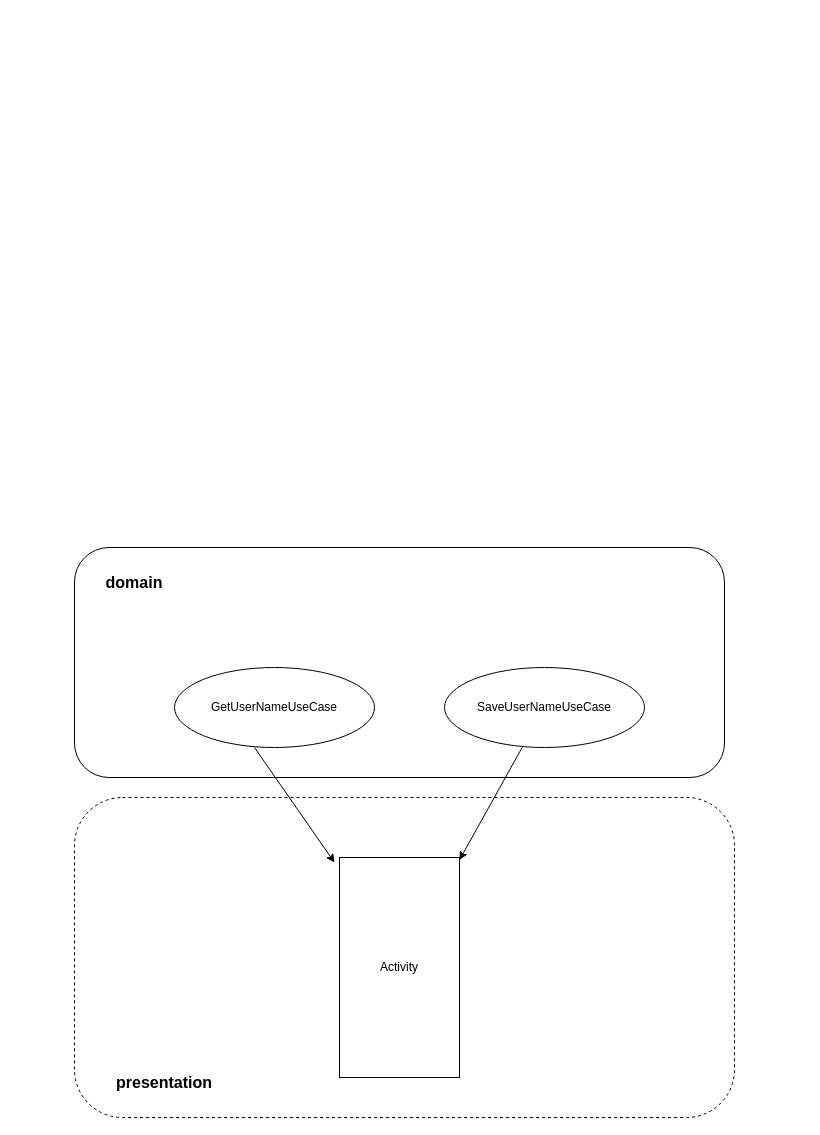
Before: clen architecture diagram.drawio in SAndreyV1683/Clean-architecture-sample, a draw.io diagram. Source tidied: cells renumbered, new cells numbered last; positions are measured from the earlier drawing's top-left corner, leaving out a move shared by most shapes. Both pictures are drawn from the tidied source at 100%, with x=0, y=0 at pixel (74, 547).
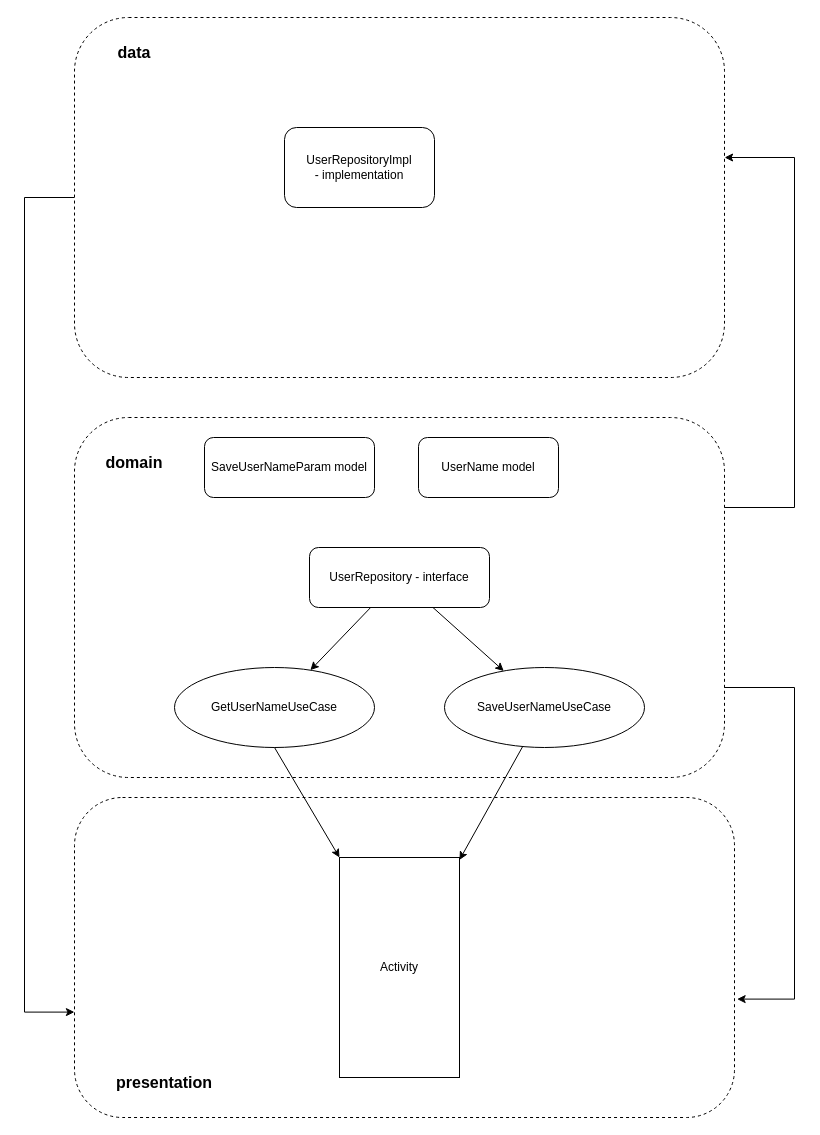
Above is the later version.

Commit message (it also covers changes not shown here):
domain and data

Unchanged cells that the change refers to:
```xml
<mxCell id="2" style="rounded=1;whiteSpace=wrap;html=1;dashed=1;align=center;labelPosition=center;verticalLabelPosition=middle;verticalAlign=middle;" parent="1" vertex="1">
  <mxGeometry y="250" width="660" height="320" as="geometry" />
</mxCell>
<mxCell id="3" value="Activity" style="rounded=0;whiteSpace=wrap;html=1;" parent="1" vertex="1">
  <mxGeometry x="265" y="310" width="120" height="220" as="geometry" />
</mxCell>
<mxCell id="5" value="GetUserNameUseCase" style="ellipse;whiteSpace=wrap;html=1;" parent="1" vertex="1">
  <mxGeometry x="100" y="120" width="200" height="80" as="geometry" />
</mxCell>
<mxCell id="6" value="SaveUserNameUseCase" style="ellipse;whiteSpace=wrap;html=1;" parent="1" vertex="1">
  <mxGeometry x="370" y="120" width="200" height="80" as="geometry" />
</mxCell>
```

What changed in the source:
```diff
@@
+    <mxCell id="11" style="edgeStyle=orthogonalEdgeStyle;rounded=0;jettySize=auto;html=1;exitX=1;exitY=0.25;exitDx=0;exitDy=0;" parent="1" edge="1" source="4">
+      <mxGeometry relative="1" as="geometry">
+        <mxPoint x="650.1" y="-390" as="targetPoint" />
+        <Array as="points">
+          <mxPoint x="720" y="-40" />
+          <mxPoint x="720" y="-390" />
+        </Array>
+      </mxGeometry>
+    </mxCell>
-    <mxCell id="4" style="rounded=1;whiteSpace=wrap;html=1;" parent="1" vertex="1">
-      <mxGeometry width="650" height="230" as="geometry" />
+    <mxCell id="4" style="rounded=1;whiteSpace=wrap;html=1;dashed=1;" parent="1" vertex="1">
+      <mxGeometry y="-130" width="650" height="360" as="geometry" />
     </mxCell>
@@
-    <mxCell id="7" style="endArrow=classic;html=1;rounded=0;entryX=0.394;entryY=0.143;entryDx=0;entryDy=0;entryPerimeter=0;exitX=0.277;exitY=0.87;exitDx=0;exitDy=0;exitPerimeter=0;" parent="1" edge="1" source="4">
-      <mxGeometry relative="1" as="geometry">
-        <mxPoint x="260" y="315" as="targetPoint" />
-      </mxGeometry>
+    <mxCell id="7" style="endArrow=classic;html=1;rounded=0;entryX=0;entryY=0;entryDx=0;entryDy=0;exitX=0.5;exitY=1;exitDx=0;exitDy=0;" parent="1" edge="1" source="5" target="3">
+      <mxGeometry relative="1" as="geometry" />
     </mxCell>
@@
     <mxCell id="10" value="&lt;b&gt;&lt;font style=&quot;font-size: 16px;&quot;&gt;domain&lt;/font&gt;&lt;/b&gt;" style="text;html=1;strokeColor=none;fillColor=none;align=center;verticalAlign=middle;whiteSpace=wrap;rounded=0;" parent="1" vertex="1">
-      <mxGeometry x="30" y="20" width="60" height="30" as="geometry" />
+      <mxGeometry x="30" y="-100" width="60" height="30" as="geometry" />
     </mxCell>
+    <mxCell id="12" style="edgeStyle=orthogonalEdgeStyle;rounded=0;jettySize=auto;html=1;exitX=0;exitY=0.5;exitDx=0;exitDy=0;" parent="1" edge="1" source="13">
+      <mxGeometry relative="1" as="geometry">
+        <mxPoint x="-0.1" y="464.6" as="targetPoint" />
+        <Array as="points">
+          <mxPoint x="-50" y="-350" />
+          <mxPoint x="-50" y="465" />
+        </Array>
+      </mxGeometry>
+    </mxCell>
+    <mxCell id="13" style="rounded=1;whiteSpace=wrap;html=1;dashed=1;" parent="1" vertex="1">
+      <mxGeometry y="-530" width="650" height="360" as="geometry" />
+    </mxCell>
+    <mxCell id="14" value="&lt;b&gt;&lt;font style=&quot;font-size: 16px;&quot;&gt;data&lt;/font&gt;&lt;/b&gt;" style="text;html=1;strokeColor=none;fillColor=none;align=center;verticalAlign=middle;whiteSpace=wrap;rounded=0;" parent="1" vertex="1">
+      <mxGeometry x="30" y="-510" width="60" height="30" as="geometry" />
+    </mxCell>
+    <mxCell id="15" style="rounded=1;whiteSpace=wrap;html=1;" parent="1" vertex="1">
+      <mxGeometry x="210" y="-420" width="150" height="80" as="geometry" />
+    </mxCell>
+    <mxCell id="16" value="UserRepositoryImpl - implementation" style="text;html=1;strokeColor=none;fillColor=none;align=center;verticalAlign=middle;whiteSpace=wrap;rounded=0;" parent="1" vertex="1">
+      <mxGeometry x="255" y="-395" width="60" height="30" as="geometry" />
+    </mxCell>
+    <mxCell id="17" style="rounded=1;whiteSpace=wrap;html=1;" parent="1" vertex="1">
+      <mxGeometry x="130" y="-110" width="170" height="60" as="geometry" />
+    </mxCell>
+    <mxCell id="18" value="SaveUserNameParam model" style="text;html=1;strokeColor=none;fillColor=none;align=center;verticalAlign=middle;whiteSpace=wrap;rounded=0;" parent="1" vertex="1">
+      <mxGeometry x="135" y="-95" width="160" height="30" as="geometry" />
+    </mxCell>
+    <mxCell id="19" style="rounded=1;whiteSpace=wrap;html=1;" parent="1" vertex="1">
+      <mxGeometry x="344" y="-110" width="140" height="60" as="geometry" />
+    </mxCell>
+    <mxCell id="20" value="UserName model" style="text;html=1;strokeColor=none;fillColor=none;align=center;verticalAlign=middle;whiteSpace=wrap;rounded=0;" parent="1" vertex="1">
+      <mxGeometry x="354" y="-95" width="120" height="30" as="geometry" />
+    </mxCell>
+    <mxCell id="21" style="rounded=1;whiteSpace=wrap;html=1;" parent="1" vertex="1">
+      <mxGeometry x="235" width="180" height="60" as="geometry" />
+    </mxCell>
+    <mxCell id="22" value="UserRepository - interface" style="text;html=1;strokeColor=none;fillColor=none;align=center;verticalAlign=middle;whiteSpace=wrap;rounded=0;" parent="1" vertex="1">
+      <mxGeometry x="250" y="15" width="150" height="30" as="geometry" />
+    </mxCell>
+    <mxCell id="23" style="endArrow=classic;html=1;rounded=0;" parent="1" edge="1" source="21" target="6">
+      <mxGeometry relative="1" as="geometry" />
+    </mxCell>
+    <mxCell id="24" style="endArrow=classic;html=1;rounded=0;" parent="1" edge="1" source="21" target="5">
+      <mxGeometry relative="1" as="geometry" />
+    </mxCell>
+    <mxCell id="25" style="edgeStyle=orthogonalEdgeStyle;rounded=0;jettySize=auto;html=1;exitX=1;exitY=0.75;exitDx=0;exitDy=0;entryX=1.004;entryY=0.63;entryDx=0;entryDy=0;entryPerimeter=0;" parent="1" edge="1" source="4" target="2">
+      <mxGeometry relative="1" as="geometry">
+        <Array as="points">
+          <mxPoint x="720" y="140" />
+          <mxPoint x="720" y="452" />
+        </Array>
+      </mxGeometry>
+    </mxCell>
```
